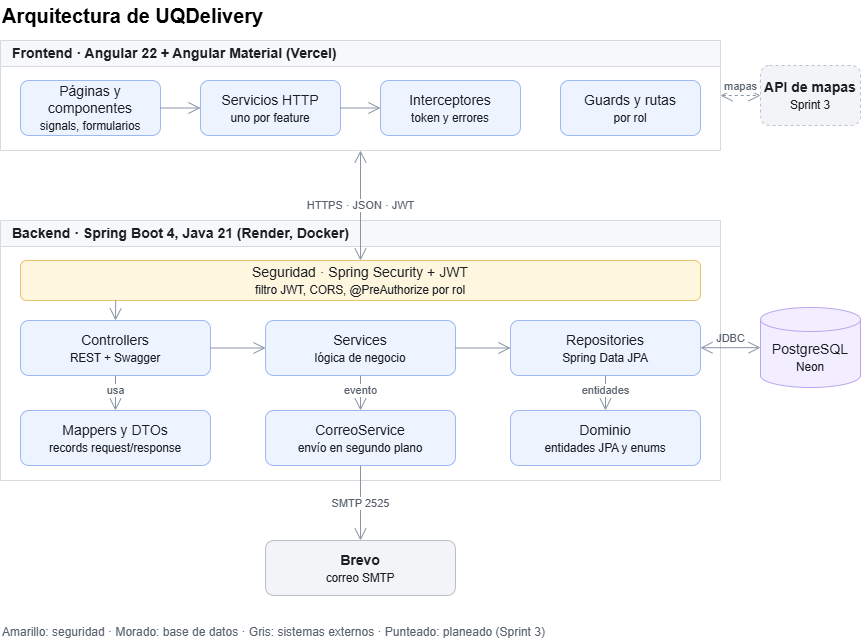
Above: docs/general/arquitectura/Diagrama de arquitectura.png in Joab-SC/UQDelivery (draw.io), before the change. Source tidied: cells renumbered, new cells last; positions are measured from the earlier drawing's top-left corner, leaving out a move shared by most shapes. Its diagram source:
```xml
<mxGraphModel>
  <root>
    <mxCell id="0" />
    <mxCell id="1" parent="0" />
    <mxCell id="2" value="Arquitectura de UQDelivery" style="text;html=1;fontSize=20;fontStyle=1;align=left;verticalAlign=middle;" parent="1" vertex="1">
      <mxGeometry width="600" height="30" as="geometry" />
    </mxCell>
    <mxCell id="3" value="Frontend · Angular 22 + Angular Material (Vercel)" style="swimlane;startSize=26;html=1;fontSize=14;align=left;spacingLeft=10;fillColor=#F7F8FA;strokeColor=#D5DAE1;fontColor=#1B1F24;" parent="1" vertex="1">
      <mxGeometry y="40" width="720" height="110" as="geometry" />
    </mxCell>
    <mxCell id="4" value="Páginas y componentes&lt;br&gt;&lt;small&gt;signals, formularios&lt;/small&gt;" style="rounded=1;whiteSpace=wrap;html=1;fontSize=14;fillColor=#EEF4FF;strokeColor=#9DB8F2;fontColor=#1B1F24;" parent="3" vertex="1">
      <mxGeometry x="20" y="40" width="140" height="55" as="geometry" />
    </mxCell>
    <mxCell id="5" value="Servicios HTTP&lt;br&gt;&lt;small&gt;uno por feature&lt;/small&gt;" style="rounded=1;whiteSpace=wrap;html=1;fontSize=14;fillColor=#EEF4FF;strokeColor=#9DB8F2;fontColor=#1B1F24;" parent="3" vertex="1">
      <mxGeometry x="200" y="40" width="140" height="55" as="geometry" />
    </mxCell>
    <mxCell id="6" value="Interceptores&lt;br&gt;&lt;small&gt;token y errores&lt;/small&gt;" style="rounded=1;whiteSpace=wrap;html=1;fontSize=14;fillColor=#EEF4FF;strokeColor=#9DB8F2;fontColor=#1B1F24;" parent="3" vertex="1">
      <mxGeometry x="380" y="40" width="140" height="55" as="geometry" />
    </mxCell>
    <mxCell id="7" value="Guards y rutas&lt;br&gt;&lt;small&gt;por rol&lt;/small&gt;" style="rounded=1;whiteSpace=wrap;html=1;fontSize=14;fillColor=#EEF4FF;strokeColor=#9DB8F2;fontColor=#1B1F24;" parent="3" vertex="1">
      <mxGeometry x="560" y="40" width="140" height="55" as="geometry" />
    </mxCell>
    <mxCell id="8" style="endArrow=open;endSize=10;html=1;strokeColor=#8A94A6;labelBackgroundColor=default;defaultLabelBackgroundColor=page;" parent="3" edge="1" source="4" target="5">
      <mxGeometry relative="1" as="geometry" />
    </mxCell>
    <mxCell id="9" style="endArrow=open;endSize=10;html=1;strokeColor=#8A94A6;labelBackgroundColor=default;defaultLabelBackgroundColor=page;" parent="3" edge="1" source="5" target="6">
      <mxGeometry relative="1" as="geometry" />
    </mxCell>
    <mxCell id="10" value="Backend · Spring Boot 4, Java 21 (Render, Docker)" style="swimlane;startSize=26;html=1;fontSize=14;align=left;spacingLeft=10;fillColor=#F7F8FA;strokeColor=#D5DAE1;fontColor=#1B1F24;" parent="1" vertex="1">
      <mxGeometry y="220" width="720" height="260" as="geometry" />
    </mxCell>
    <mxCell id="11" value="Seguridad · Spring Security + JWT&lt;br&gt;&lt;small&gt;filtro JWT, CORS, @PreAuthorize por rol&lt;/small&gt;" style="rounded=1;whiteSpace=wrap;html=1;fontSize=14;fillColor=#FFF6E0;strokeColor=#E8C36A;fontColor=#1B1F24;" parent="10" vertex="1">
      <mxGeometry x="20" y="40" width="680" height="40" as="geometry" />
    </mxCell>
    <mxCell id="12" value="Controllers&lt;br&gt;&lt;small&gt;REST + Swagger&lt;/small&gt;" style="rounded=1;whiteSpace=wrap;html=1;fontSize=14;fillColor=#EEF4FF;strokeColor=#9DB8F2;fontColor=#1B1F24;" parent="10" vertex="1">
      <mxGeometry x="20" y="100" width="190" height="55" as="geometry" />
    </mxCell>
    <mxCell id="13" value="Services&lt;br&gt;&lt;small&gt;lógica de negocio&lt;/small&gt;" style="rounded=1;whiteSpace=wrap;html=1;fontSize=14;fillColor=#EEF4FF;strokeColor=#9DB8F2;fontColor=#1B1F24;" parent="10" vertex="1">
      <mxGeometry x="265" y="100" width="190" height="55" as="geometry" />
    </mxCell>
    <mxCell id="14" value="Repositories&lt;br&gt;&lt;small&gt;Spring Data JPA&lt;/small&gt;" style="rounded=1;whiteSpace=wrap;html=1;fontSize=14;fillColor=#EEF4FF;strokeColor=#9DB8F2;fontColor=#1B1F24;" parent="10" vertex="1">
      <mxGeometry x="510" y="100" width="190" height="55" as="geometry" />
    </mxCell>
    <mxCell id="15" value="Mappers y DTOs&lt;br&gt;&lt;small&gt;records request/response&lt;/small&gt;" style="rounded=1;whiteSpace=wrap;html=1;fontSize=14;fillColor=#EEF4FF;strokeColor=#9DB8F2;fontColor=#1B1F24;" parent="10" vertex="1">
      <mxGeometry x="20" y="190" width="190" height="55" as="geometry" />
    </mxCell>
    <mxCell id="16" value="CorreoService&lt;br&gt;&lt;small&gt;envío en segundo plano&lt;/small&gt;" style="rounded=1;whiteSpace=wrap;html=1;fontSize=14;fillColor=#EEF4FF;strokeColor=#9DB8F2;fontColor=#1B1F24;" parent="10" vertex="1">
      <mxGeometry x="265" y="190" width="190" height="55" as="geometry" />
    </mxCell>
    <mxCell id="17" value="Dominio&lt;br&gt;&lt;small&gt;entidades JPA y enums&lt;/small&gt;" style="rounded=1;whiteSpace=wrap;html=1;fontSize=14;fillColor=#EEF4FF;strokeColor=#9DB8F2;fontColor=#1B1F24;" parent="10" vertex="1">
      <mxGeometry x="510" y="190" width="190" height="55" as="geometry" />
    </mxCell>
    <mxCell id="18" style="endArrow=open;endSize=10;html=1;strokeColor=#8A94A6;exitX=0.14;exitY=1;exitDx=0;exitDy=0;entryX=0.5;entryY=0;entryDx=0;entryDy=0;labelBackgroundColor=default;defaultLabelBackgroundColor=page;" parent="10" edge="1" source="11" target="12">
      <mxGeometry relative="1" as="geometry" />
    </mxCell>
    <mxCell id="19" style="endArrow=open;endSize=10;html=1;strokeColor=#8A94A6;labelBackgroundColor=default;defaultLabelBackgroundColor=page;" parent="10" edge="1" source="12" target="13">
      <mxGeometry relative="1" as="geometry" />
    </mxCell>
    <mxCell id="20" style="endArrow=open;endSize=10;html=1;strokeColor=#8A94A6;labelBackgroundColor=default;defaultLabelBackgroundColor=page;" parent="10" edge="1" source="13" target="14">
      <mxGeometry relative="1" as="geometry" />
    </mxCell>
    <mxCell id="21" value="usa" style="endArrow=open;endSize=10;html=1;strokeColor=#8A94A6;fontColor=#5A626E;labelBackgroundColor=default;defaultLabelBackgroundColor=page;labelPlacement=auto;" parent="10" edge="1" source="12" target="15">
      <mxGeometry relative="1" as="geometry" />
    </mxCell>
    <mxCell id="22" value="evento" style="endArrow=open;endSize=10;html=1;strokeColor=#8A94A6;fontColor=#5A626E;labelBackgroundColor=default;defaultLabelBackgroundColor=page;labelPlacement=auto;" parent="10" edge="1" source="13" target="16">
      <mxGeometry relative="1" as="geometry" />
    </mxCell>
    <mxCell id="23" value="entidades" style="endArrow=open;endSize=10;html=1;strokeColor=#8A94A6;fontColor=#5A626E;labelBackgroundColor=default;defaultLabelBackgroundColor=page;labelPlacement=auto;" parent="10" edge="1" source="14" target="17">
      <mxGeometry relative="1" as="geometry" />
    </mxCell>
    <mxCell id="24" value="PostgreSQL&lt;br&gt;&lt;small&gt;Neon&lt;/small&gt;" style="shape=cylinder3;whiteSpace=wrap;html=1;boundedLbl=1;backgroundOutline=1;size=12;fontSize=14;fillColor=#F3EEFF;strokeColor=#B9A6F0;fontColor=#1B1F24;" parent="1" vertex="1">
      <mxGeometry x="760" y="307" width="100" height="80" as="geometry" />
    </mxCell>
    <mxCell id="25" value="&lt;b&gt;Brevo&lt;/b&gt;&lt;br&gt;&lt;small&gt;correo SMTP&lt;/small&gt;" style="rounded=1;whiteSpace=wrap;html=1;fontSize=14;fillColor=#F2F4F7;strokeColor=#B8C0CC;fontColor=#1B1F24;" parent="1" vertex="1">
      <mxGeometry x="265" y="540" width="190" height="55" as="geometry" />
    </mxCell>
    <mxCell id="26" value="&lt;b&gt;API de mapas&lt;/b&gt;&lt;br&gt;&lt;small&gt;Sprint 3&lt;/small&gt;" style="rounded=1;whiteSpace=wrap;html=1;fontSize=14;fillColor=#F2F4F7;strokeColor=#B8C0CC;fontColor=#1B1F24;dashed=1;" parent="1" vertex="1">
      <mxGeometry x="760" y="65" width="100" height="60" as="geometry" />
    </mxCell>
    <mxCell id="27" value="HTTPS · JSON · JWT" style="startArrow=open;startSize=10;endArrow=open;endSize=10;html=1;strokeColor=#8A94A6;fontColor=#5A626E;labelBackgroundColor=default;defaultLabelBackgroundColor=page;labelPlacement=auto;" parent="1" edge="1" source="3" target="11">
      <mxGeometry relative="1" as="geometry" />
    </mxCell>
    <mxCell id="28" value="JDBC" style="startArrow=open;startSize=10;endArrow=open;endSize=10;html=1;strokeColor=#8A94A6;fontColor=#5A626E;labelBackgroundColor=default;defaultLabelBackgroundColor=page;verticalAlign=bottom;labelPlacement=auto;" parent="1" edge="1" source="14" target="24">
      <mxGeometry relative="1" as="geometry" />
    </mxCell>
    <mxCell id="29" value="SMTP 2525" style="endArrow=open;endSize=10;html=1;strokeColor=#8A94A6;fontColor=#5A626E;labelBackgroundColor=default;defaultLabelBackgroundColor=page;labelPlacement=auto;" parent="1" edge="1" source="16" target="25">
      <mxGeometry relative="1" as="geometry" />
    </mxCell>
    <mxCell id="30" value="mapas" style="startArrow=open;startSize=10;endArrow=open;endSize=10;dashed=1;html=1;strokeColor=#8A94A6;fontColor=#5A626E;labelBackgroundColor=default;defaultLabelBackgroundColor=page;verticalAlign=bottom;labelPlacement=auto;" parent="1" edge="1" source="3" target="26">
      <mxGeometry relative="1" as="geometry" />
    </mxCell>
    <mxCell id="31" value="Amarillo: seguridad · Morado: base de datos · Gris: sistemas externos · Punteado: planeado (Sprint 3)" style="text;html=1;fontSize=12;align=left;verticalAlign=middle;fontColor=#5A626E;" parent="1" vertex="1">
      <mxGeometry y="620" width="700" height="24" as="geometry" />
    </mxCell>
  </root>
</mxGraphModel>
```
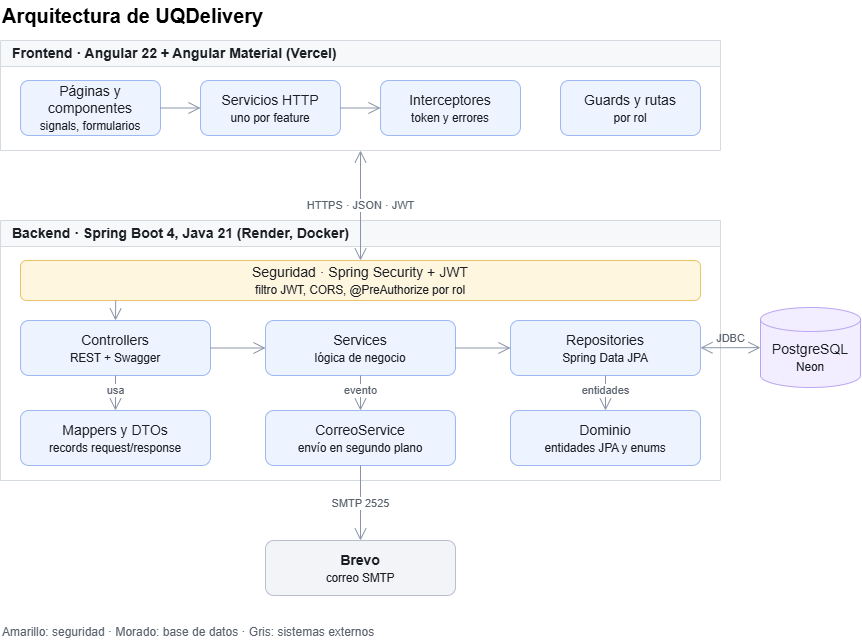
The same file after the commit.

Commit message:
Fix: Eliminación de componentes no implementados en diagrama de arquitectura

Diff of the diagram source:
```diff
@@ -74,9 +74,6 @@
     <mxCell id="25" value="&lt;b&gt;Brevo&lt;/b&gt;&lt;br&gt;&lt;small&gt;correo SMTP&lt;/small&gt;" style="rounded=1;whiteSpace=wrap;html=1;fontSize=14;fillColor=#F2F4F7;strokeColor=#B8C0CC;fontColor=#1B1F24;" parent="1" vertex="1">
       <mxGeometry x="265" y="540" width="190" height="55" as="geometry" />
     </mxCell>
-    <mxCell id="26" value="&lt;b&gt;API de mapas&lt;/b&gt;&lt;br&gt;&lt;small&gt;Sprint 3&lt;/small&gt;" style="rounded=1;whiteSpace=wrap;html=1;fontSize=14;fillColor=#F2F4F7;strokeColor=#B8C0CC;fontColor=#1B1F24;dashed=1;" parent="1" vertex="1">
-      <mxGeometry x="760" y="65" width="100" height="60" as="geometry" />
-    </mxCell>
     <mxCell id="27" value="HTTPS · JSON · JWT" style="startArrow=open;startSize=10;endArrow=open;endSize=10;html=1;strokeColor=#8A94A6;fontColor=#5A626E;labelBackgroundColor=default;defaultLabelBackgroundColor=page;labelPlacement=auto;" parent="1" edge="1" source="3" target="11">
       <mxGeometry relative="1" as="geometry" />
     </mxCell>
@@ -86,10 +83,7 @@
     <mxCell id="29" value="SMTP 2525" style="endArrow=open;endSize=10;html=1;strokeColor=#8A94A6;fontColor=#5A626E;labelBackgroundColor=default;defaultLabelBackgroundColor=page;labelPlacement=auto;" parent="1" edge="1" source="16" target="25">
       <mxGeometry relative="1" as="geometry" />
     </mxCell>
-    <mxCell id="30" value="mapas" style="startArrow=open;startSize=10;endArrow=open;endSize=10;dashed=1;html=1;strokeColor=#8A94A6;fontColor=#5A626E;labelBackgroundColor=default;defaultLabelBackgroundColor=page;verticalAlign=bottom;labelPlacement=auto;" parent="1" edge="1" source="3" target="26">
-      <mxGeometry relative="1" as="geometry" />
-    </mxCell>
-    <mxCell id="31" value="Amarillo: seguridad · Morado: base de datos · Gris: sistemas externos · Punteado: planeado (Sprint 3)" style="text;html=1;fontSize=12;align=left;verticalAlign=middle;fontColor=#5A626E;" parent="1" vertex="1">
+    <mxCell id="31" value="Amarillo: seguridad · Morado: base de datos · Gris: sistemas externos" style="text;html=1;fontSize=12;align=left;verticalAlign=middle;fontColor=#5A626E;" parent="1" vertex="1">
       <mxGeometry y="620" width="700" height="24" as="geometry" />
     </mxCell>
   </root>
```
